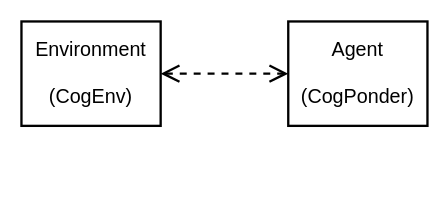
Above: page "Agent_Env" (4 of 11) of resources/defense_figures.drawio in morteza/thesis (draw.io), before the change. Source tidied: cells renumbered, new cells numbered last; positions are measured from the earlier drawing's top-left corner, leaving out a move shared by most shapes. Both pictures are drawn from the tidied source at 116%, with x=0, y=0 at pixel (21, 21).
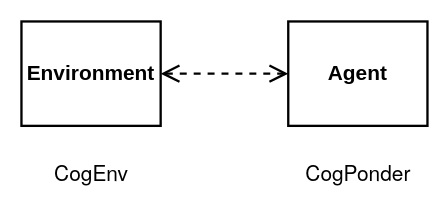
Above is the later version.

Change to the diagram source:
```diff
@@
 <mxGraphModel>
   <root>
     <mxCell id="0" />
     <mxCell id="1" parent="0" />
     <mxCell id="2" style="edgeStyle=orthogonalEdgeStyle;rounded=0;jettySize=auto;html=1;endArrow=open;endFill=0;startArrow=open;startFill=0;endSize=12;startSize=12;strokeWidth=2;dashed=1;" parent="1" edge="1" source="3" target="4">
       <mxGeometry relative="1" as="geometry" />
     </mxCell>
-    <mxCell id="3" value="Environment&lt;br&gt;&lt;br style=&quot;font-size: 17px;&quot;&gt;(CogEnv)" style="rounded=0;whiteSpace=wrap;html=1;strokeWidth=2;fontSize=17;" parent="1" vertex="1">
+    <mxCell id="3" value="Environment" style="rounded=0;whiteSpace=wrap;html=1;strokeWidth=2;fontSize=18;fontStyle=1;" parent="1" vertex="1">
       <mxGeometry width="120" height="90" as="geometry" />
     </mxCell>
-    <mxCell id="4" value="Agent&lt;br&gt;&lt;br&gt;(CogPonder)" style="rounded=0;whiteSpace=wrap;html=1;strokeWidth=2;fontSize=17;" parent="1" vertex="1">
+    <mxCell id="4" value="Agent" style="rounded=0;whiteSpace=wrap;html=1;strokeWidth=2;fontSize=18;fontStyle=1;" parent="1" vertex="1">
       <mxGeometry x="230" width="120" height="90" as="geometry" />
     </mxCell>
+    <mxCell id="5" value="CogEnv" style="text;html=1;align=center;verticalAlign=middle;strokeColor=none;fillColor=none;fontStyle=0;fontFamily=Helvetica Neue;fontSize=18;" parent="1" vertex="1">
+      <mxGeometry x="15" y="110" width="90" height="40" as="geometry" />
+    </mxCell>
+    <mxCell id="6" value="CogPonder" style="text;html=1;align=center;verticalAlign=middle;strokeColor=none;fillColor=none;fontStyle=0;fontFamily=Helvetica Neue;fontSize=18;" parent="1" vertex="1">
+      <mxGeometry x="230" y="110" width="120" height="40" as="geometry" />
+    </mxCell>
   </root>
 </mxGraphModel>
```
